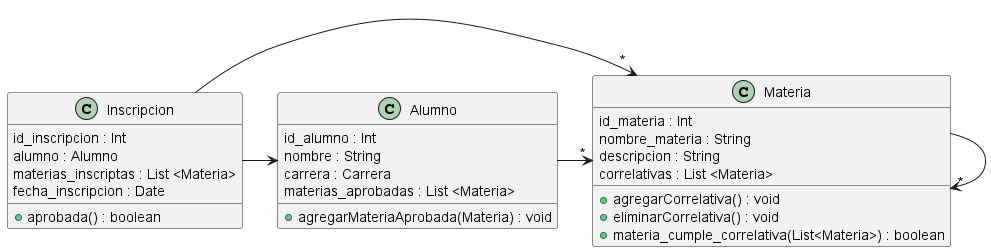
gonzalopalilla/validador_de_correlatividades keeps this PlantUML diagram as validador_de_correlatividades.png. Above is the earlier version. The source it was exported from:
```plantuml
@startuml validador_de_correlatividades

class Alumno{
id_alumno : Int
nombre : String
carrera : Carrera
materias_aprobadas : List <Materia>

+agregarMateriaAprobada(Materia) : void
}

class Materia{
id_materia : Int
nombre_materia : String
descripcion : String
correlativas : List <Materia>

+agregarCorrelativa() : void
+eliminarCorrelativa() : void
+materia_cumple_correlativa(List<Materia>) : boolean
}

class Inscripcion{
id_inscripcion : Int
alumno : Alumno
materias_inscriptas : List <Materia>
fecha_inscripcion : Date

+aprobada() : boolean
}



Alumno->"*"Materia

Inscripcion->Alumno

Inscripcion->"*"Materia

Materia->"*"Materia



@enduml
```
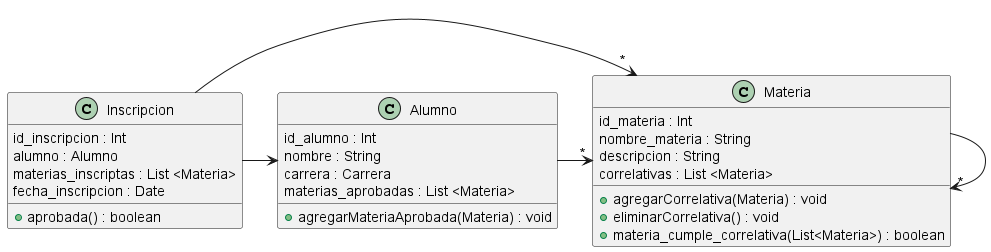
After the commit.

Commit message:
pequeño cambio en DDC

The edit, as a diff of the source:
```diff
@@ -15,7 +15,7 @@
 descripcion : String
 correlativas : List <Materia>
 
-+agregarCorrelativa() : void
++agregarCorrelativa(Materia) : void
 +eliminarCorrelativa() : void
 +materia_cumple_correlativa(List<Materia>) : boolean
 }
```
